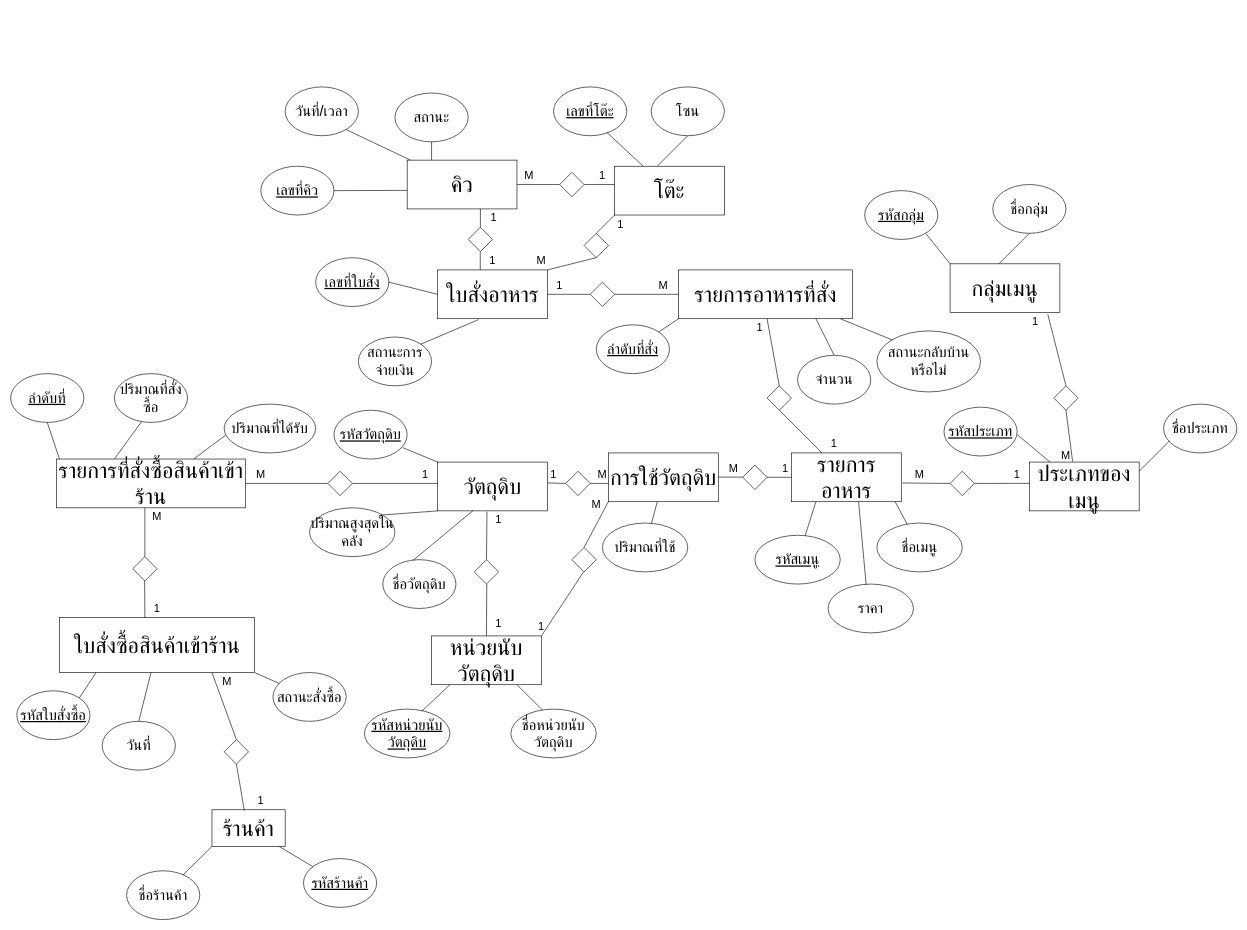
This is แบบแผนที่ยังไม่ได้ตั้งชื่อ.drawio from banthitamakjeen/git-workshop, a draw.io file, before an edit. Source tidied: cells renumbered, new cells numbered last; positions are measured from the earlier drawing's top-left corner, leaving out a move shared by most shapes. Both pictures are drawn from the tidied source at 61%, with x=0, y=0 at pixel (10, 87).
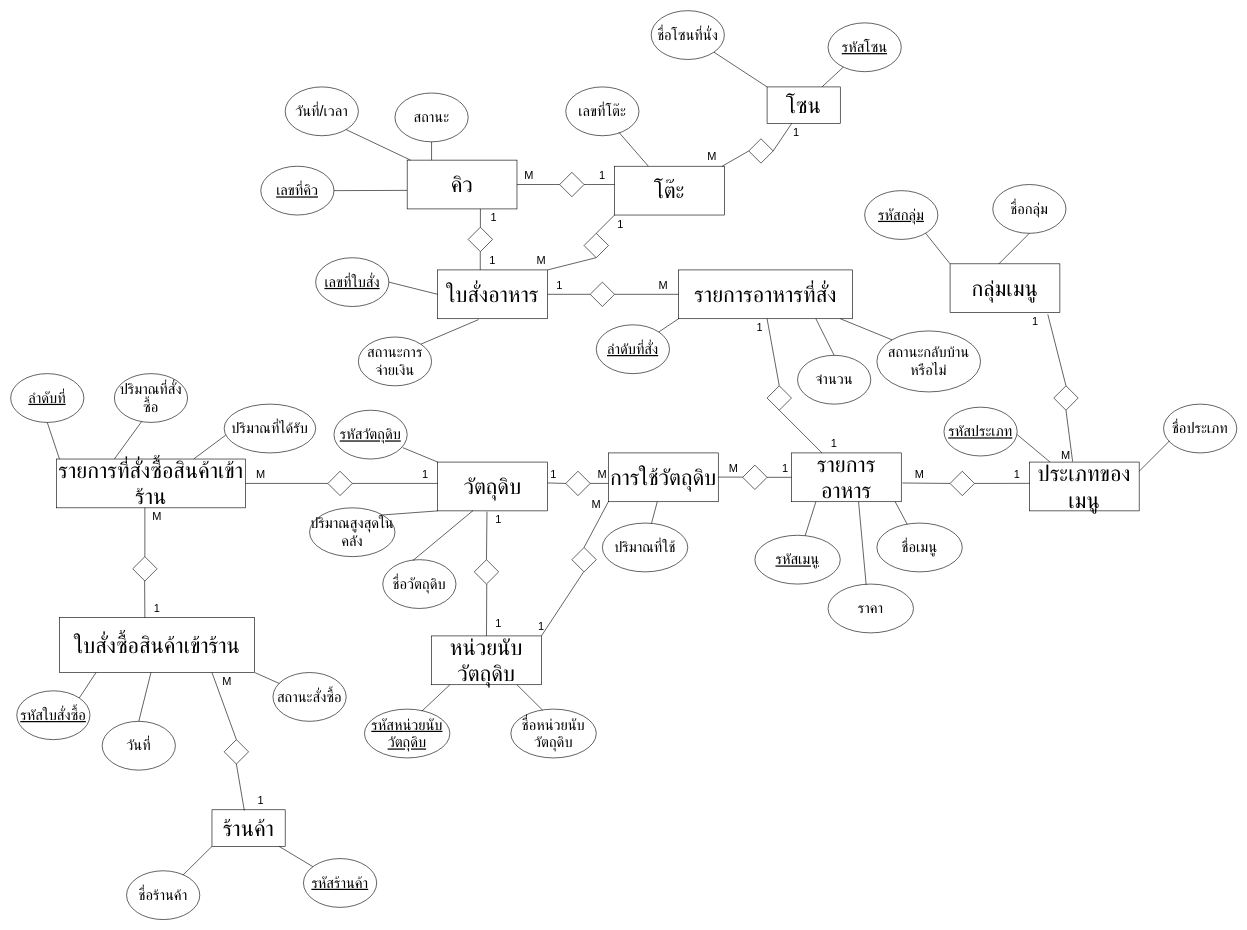
Above is the later version.

Unchanged cells that the change refers to:
```xml
<mxCell id="32" value="&lt;font style=&quot;font-size: 36px;&quot;&gt;โต๊ะ&lt;/font&gt;" style="rounded=0;whiteSpace=wrap;html=1;" parent="1" vertex="1">
  <mxGeometry x="990" y="130" width="180" height="80" as="geometry" />
</mxCell>
```

What changed in the source:
```diff
@@
-    <mxCell id="33" value="&lt;font style=&quot;font-size: 24px;&quot;&gt;&lt;u&gt;เลขที่โต๊ะ&lt;/u&gt;&lt;/font&gt;" style="ellipse;whiteSpace=wrap;html=1;" parent="1" vertex="1">
-      <mxGeometry x="890" width="120" height="80" as="geometry" />
+    <mxCell id="33" value="&lt;font style=&quot;font-size: 24px;&quot;&gt;เลขที่โต๊ะ&lt;/font&gt;" style="ellipse;whiteSpace=wrap;html=1;" parent="1" vertex="1">
+      <mxGeometry x="910" width="120" height="80" as="geometry" />
     </mxCell>
-    <mxCell id="34" value="&lt;font style=&quot;font-size: 24px;&quot;&gt;โซน&lt;/font&gt;" style="ellipse;whiteSpace=wrap;html=1;" parent="1" vertex="1">
-      <mxGeometry x="1050" width="120" height="80" as="geometry" />
-    </mxCell>
@@
-    <mxCell id="86" style="endArrow=none;html=1;rounded=0;" parent="1" edge="1">
-      <mxGeometry relative="1" as="geometry">
-        <mxPoint x="1060" y="130" as="sourcePoint" />
-        <mxPoint x="1110" y="80" as="targetPoint" />
-      </mxGeometry>
-    </mxCell>
@@
+    <mxCell id="34" value="&lt;font style=&quot;font-size: 36px;&quot;&gt;โซน&lt;/font&gt;" style="rounded=0;whiteSpace=wrap;html=1;" parent="1" vertex="1">
+      <mxGeometry x="1240" width="120" height="60" as="geometry" />
+    </mxCell>
+    <mxCell id="147" style="rhombus;whiteSpace=wrap;html=1;" parent="1" vertex="1">
+      <mxGeometry x="1210" y="85" width="40" height="40" as="geometry" />
+    </mxCell>
+    <mxCell id="148" value="&lt;font style=&quot;font-size: 18px;&quot;&gt;M&lt;/font&gt;" style="text;html=1;align=center;verticalAlign=middle;whiteSpace=wrap;rounded=0;" parent="1" vertex="1">
+      <mxGeometry x="1120" y="100" width="60" height="30" as="geometry" />
+    </mxCell>
+    <mxCell id="149" value="&lt;font style=&quot;font-size: 18px;&quot;&gt;1&lt;/font&gt;" style="text;html=1;align=center;verticalAlign=middle;whiteSpace=wrap;rounded=0;" parent="1" vertex="1">
+      <mxGeometry x="1257.5" y="60" width="60" height="30" as="geometry" />
+    </mxCell>
+    <mxCell id="150" style="endArrow=none;html=1;rounded=0;exitX=0.977;exitY=0.004;exitDx=0;exitDy=0;exitPerimeter=0;" parent="1" edge="1" source="32">
+      <mxGeometry relative="1" as="geometry">
+        <mxPoint x="1210" y="105" as="targetPoint" />
+      </mxGeometry>
+    </mxCell>
+    <mxCell id="151" value="&lt;font style=&quot;font-size: 24px;&quot;&gt;&lt;u&gt;รหัสโซน&lt;/u&gt;&lt;/font&gt;" style="ellipse;whiteSpace=wrap;html=1;" parent="1" vertex="1">
+      <mxGeometry x="1340" y="-105" width="120" height="80" as="geometry" />
+    </mxCell>
+    <mxCell id="152" value="&lt;span style=&quot;font-size: 24px;&quot;&gt;ชื่อโซนที่นั่ง&lt;/span&gt;" style="ellipse;whiteSpace=wrap;html=1;" parent="1" vertex="1">
+      <mxGeometry x="1050" y="-125" width="120" height="80" as="geometry" />
+    </mxCell>
+    <mxCell id="153" style="endArrow=none;html=1;rounded=0;exitX=0;exitY=0;exitDx=0;exitDy=0;" parent="1" edge="1" source="34" target="152">
+      <mxGeometry relative="1" as="geometry" />
+    </mxCell>
+    <mxCell id="154" style="endArrow=none;html=1;rounded=0;exitX=0.75;exitY=0;exitDx=0;exitDy=0;" parent="1" edge="1" source="34" target="151">
+      <mxGeometry relative="1" as="geometry" />
+    </mxCell>
+    <mxCell id="155" style="endArrow=none;html=1;rounded=0;entryX=0.339;entryY=0.99;entryDx=0;entryDy=0;entryPerimeter=0;exitX=1;exitY=0.5;exitDx=0;exitDy=0;" parent="1" edge="1" source="147" target="34">
+      <mxGeometry relative="1" as="geometry" />
+    </mxCell>
```
